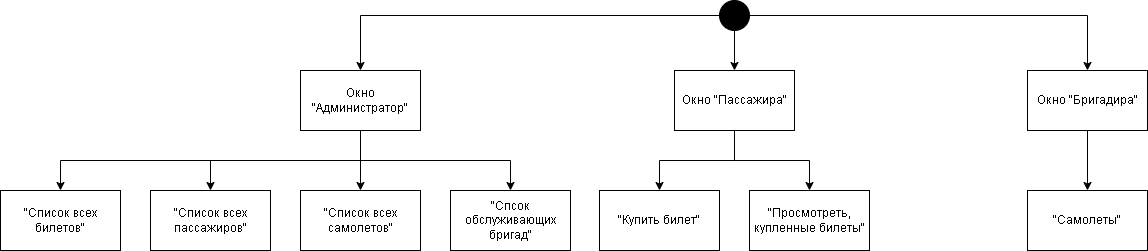
This is images/Сценарии_использования-Визуальная_карта_онлайн_сервиса.png from CCF2P/Backend, a draw.io export, as it was before one commit. Source tidied: cells renumbered, new cells last; positions are measured from the earlier drawing's top-left corner, leaving out a move shared by most shapes. Its diagram source:
```xml
<mxGraphModel>
  <root>
    <mxCell id="0" />
    <mxCell id="1" parent="0" />
    <mxCell id="2" style="edgeStyle=orthogonalEdgeStyle;rounded=0;jettySize=auto;html=1;exitX=0.5;exitY=1;exitDx=0;exitDy=0;entryX=0.5;entryY=0;entryDx=0;entryDy=0;" parent="1" edge="1" source="5" target="13">
      <mxGeometry relative="1" as="geometry" />
    </mxCell>
    <mxCell id="3" style="edgeStyle=orthogonalEdgeStyle;rounded=0;jettySize=auto;html=1;exitX=0;exitY=0.5;exitDx=0;exitDy=0;entryX=0.5;entryY=0;entryDx=0;entryDy=0;" parent="1" edge="1" source="5" target="10">
      <mxGeometry relative="1" as="geometry" />
    </mxCell>
    <mxCell id="4" style="edgeStyle=orthogonalEdgeStyle;rounded=0;jettySize=auto;html=1;exitX=1;exitY=0.5;exitDx=0;exitDy=0;entryX=0.5;entryY=0;entryDx=0;entryDy=0;" parent="1" edge="1" source="5" target="15">
      <mxGeometry relative="1" as="geometry" />
    </mxCell>
    <mxCell id="5" style="ellipse;fillColor=strokeColor;html=1;" parent="1" vertex="1">
      <mxGeometry x="719" width="30" height="30" as="geometry" />
    </mxCell>
    <mxCell id="6" style="edgeStyle=orthogonalEdgeStyle;rounded=0;jettySize=auto;html=1;exitX=0.5;exitY=1;exitDx=0;exitDy=0;entryX=0.5;entryY=0;entryDx=0;entryDy=0;" parent="1" edge="1" source="10" target="20">
      <mxGeometry relative="1" as="geometry" />
    </mxCell>
    <mxCell id="7" style="edgeStyle=orthogonalEdgeStyle;rounded=0;jettySize=auto;html=1;exitX=0.5;exitY=1;exitDx=0;exitDy=0;entryX=0.5;entryY=0;entryDx=0;entryDy=0;" parent="1" edge="1" source="10" target="21">
      <mxGeometry relative="1" as="geometry" />
    </mxCell>
    <mxCell id="8" style="edgeStyle=orthogonalEdgeStyle;rounded=0;jettySize=auto;html=1;exitX=0.5;exitY=1;exitDx=0;exitDy=0;entryX=0.5;entryY=0;entryDx=0;entryDy=0;" parent="1" edge="1" source="10" target="19">
      <mxGeometry relative="1" as="geometry" />
    </mxCell>
    <mxCell id="9" style="edgeStyle=orthogonalEdgeStyle;rounded=0;jettySize=auto;html=1;exitX=0.5;exitY=1;exitDx=0;exitDy=0;entryX=0.5;entryY=0;entryDx=0;entryDy=0;" parent="1" edge="1" source="10" target="22">
      <mxGeometry relative="1" as="geometry" />
    </mxCell>
    <mxCell id="10" value="Окно &quot;Администратор&quot;" style="rounded=0;whiteSpace=wrap;html=1;" parent="1" vertex="1">
      <mxGeometry x="300" y="70" width="120" height="60" as="geometry" />
    </mxCell>
    <mxCell id="11" style="edgeStyle=orthogonalEdgeStyle;rounded=0;jettySize=auto;html=1;exitX=0.5;exitY=1;exitDx=0;exitDy=0;entryX=0.5;entryY=0;entryDx=0;entryDy=0;" parent="1" edge="1" source="13" target="16">
      <mxGeometry relative="1" as="geometry" />
    </mxCell>
    <mxCell id="12" style="edgeStyle=orthogonalEdgeStyle;rounded=0;jettySize=auto;html=1;exitX=0.5;exitY=1;exitDx=0;exitDy=0;entryX=0.5;entryY=0;entryDx=0;entryDy=0;" parent="1" edge="1" source="13" target="17">
      <mxGeometry relative="1" as="geometry" />
    </mxCell>
    <mxCell id="13" value="Окно &quot;Пассажира&quot;" style="rounded=0;whiteSpace=wrap;html=1;" parent="1" vertex="1">
      <mxGeometry x="674" y="70" width="120" height="60" as="geometry" />
    </mxCell>
    <mxCell id="14" style="edgeStyle=orthogonalEdgeStyle;rounded=0;jettySize=auto;html=1;exitX=0.5;exitY=1;exitDx=0;exitDy=0;entryX=0.5;entryY=0;entryDx=0;entryDy=0;" parent="1" edge="1" source="15" target="18">
      <mxGeometry relative="1" as="geometry" />
    </mxCell>
    <mxCell id="15" value="Окно &quot;Бригадира&quot;" style="rounded=0;whiteSpace=wrap;html=1;" parent="1" vertex="1">
      <mxGeometry x="1027" y="70" width="120" height="60" as="geometry" />
    </mxCell>
    <mxCell id="16" value="&quot;Купить билет&quot;" style="rounded=0;whiteSpace=wrap;html=1;" parent="1" vertex="1">
      <mxGeometry x="599" y="190" width="120" height="60" as="geometry" />
    </mxCell>
    <mxCell id="17" value="&quot;Просмотреть, купленные билеты&quot;" style="rounded=0;whiteSpace=wrap;html=1;" parent="1" vertex="1">
      <mxGeometry x="749" y="190" width="120" height="60" as="geometry" />
    </mxCell>
    <mxCell id="18" value="&quot;Самолеты&quot;" style="rounded=0;whiteSpace=wrap;html=1;" parent="1" vertex="1">
      <mxGeometry x="1027" y="190" width="120" height="60" as="geometry" />
    </mxCell>
    <mxCell id="19" value="&quot;Спсок обслуживающих бригад&quot;" style="rounded=0;whiteSpace=wrap;html=1;" parent="1" vertex="1">
      <mxGeometry x="450" y="190" width="120" height="60" as="geometry" />
    </mxCell>
    <mxCell id="20" value="&quot;Список всех самолетов&quot;" style="rounded=0;whiteSpace=wrap;html=1;" parent="1" vertex="1">
      <mxGeometry x="300" y="190" width="120" height="60" as="geometry" />
    </mxCell>
    <mxCell id="21" value="&quot;Список всех билетов&quot;" style="rounded=0;whiteSpace=wrap;html=1;" parent="1" vertex="1">
      <mxGeometry y="190" width="120" height="60" as="geometry" />
    </mxCell>
    <mxCell id="22" value="&quot;Список всех пассажиров&quot;" style="rounded=0;whiteSpace=wrap;html=1;" parent="1" vertex="1">
      <mxGeometry x="150" y="190" width="120" height="60" as="geometry" />
    </mxCell>
  </root>
</mxGraphModel>
```
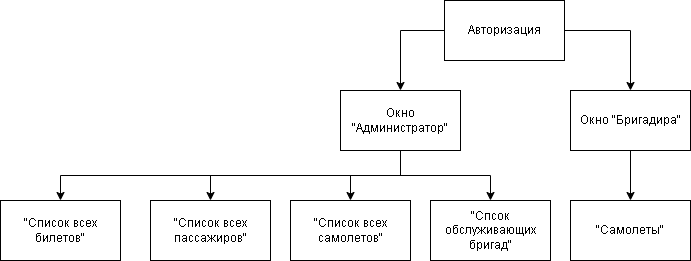
After the commit.

What changed in the source:
```diff
@@ -2,18 +2,12 @@
   <root>
     <mxCell id="0" />
     <mxCell id="1" parent="0" />
-    <mxCell id="2" style="edgeStyle=orthogonalEdgeStyle;rounded=0;jettySize=auto;html=1;exitX=0.5;exitY=1;exitDx=0;exitDy=0;entryX=0.5;entryY=0;entryDx=0;entryDy=0;" parent="1" edge="1" source="5" target="13">
-      <mxGeometry relative="1" as="geometry" />
-    </mxCell>
-    <mxCell id="3" style="edgeStyle=orthogonalEdgeStyle;rounded=0;jettySize=auto;html=1;exitX=0;exitY=0.5;exitDx=0;exitDy=0;entryX=0.5;entryY=0;entryDx=0;entryDy=0;" parent="1" edge="1" source="5" target="10">
+    <mxCell id="3" style="edgeStyle=orthogonalEdgeStyle;rounded=0;jettySize=auto;html=1;exitX=0;exitY=0.5;exitDx=0;exitDy=0;entryX=0.5;entryY=0;entryDx=0;entryDy=0;" parent="1" edge="1" source="23" target="10">
       <mxGeometry relative="1" as="geometry" />
     </mxCell>
-    <mxCell id="4" style="edgeStyle=orthogonalEdgeStyle;rounded=0;jettySize=auto;html=1;exitX=1;exitY=0.5;exitDx=0;exitDy=0;entryX=0.5;entryY=0;entryDx=0;entryDy=0;" parent="1" edge="1" source="5" target="15">
+    <mxCell id="4" style="edgeStyle=orthogonalEdgeStyle;rounded=0;jettySize=auto;html=1;exitX=1;exitY=0.5;exitDx=0;exitDy=0;entryX=0.5;entryY=0;entryDx=0;entryDy=0;" parent="1" edge="1" source="23" target="15">
       <mxGeometry relative="1" as="geometry" />
     </mxCell>
-    <mxCell id="5" style="ellipse;fillColor=strokeColor;html=1;" parent="1" vertex="1">
-      <mxGeometry x="719" width="30" height="30" as="geometry" />
-    </mxCell>
     <mxCell id="6" style="edgeStyle=orthogonalEdgeStyle;rounded=0;jettySize=auto;html=1;exitX=0.5;exitY=1;exitDx=0;exitDy=0;entryX=0.5;entryY=0;entryDx=0;entryDy=0;" parent="1" edge="1" source="10" target="20">
       <mxGeometry relative="1" as="geometry" />
     </mxCell>
@@ -27,43 +21,31 @@
       <mxGeometry relative="1" as="geometry" />
     </mxCell>
     <mxCell id="10" value="Окно &quot;Администратор&quot;" style="rounded=0;whiteSpace=wrap;html=1;" parent="1" vertex="1">
-      <mxGeometry x="300" y="70" width="120" height="60" as="geometry" />
+      <mxGeometry x="570" y="70" width="120" height="60" as="geometry" />
     </mxCell>
-    <mxCell id="11" style="edgeStyle=orthogonalEdgeStyle;rounded=0;jettySize=auto;html=1;exitX=0.5;exitY=1;exitDx=0;exitDy=0;entryX=0.5;entryY=0;entryDx=0;entryDy=0;" parent="1" edge="1" source="13" target="16">
-      <mxGeometry relative="1" as="geometry" />
-    </mxCell>
-    <mxCell id="12" style="edgeStyle=orthogonalEdgeStyle;rounded=0;jettySize=auto;html=1;exitX=0.5;exitY=1;exitDx=0;exitDy=0;entryX=0.5;entryY=0;entryDx=0;entryDy=0;" parent="1" edge="1" source="13" target="17">
-      <mxGeometry relative="1" as="geometry" />
-    </mxCell>
-    <mxCell id="13" value="Окно &quot;Пассажира&quot;" style="rounded=0;whiteSpace=wrap;html=1;" parent="1" vertex="1">
-      <mxGeometry x="674" y="70" width="120" height="60" as="geometry" />
-    </mxCell>
     <mxCell id="14" style="edgeStyle=orthogonalEdgeStyle;rounded=0;jettySize=auto;html=1;exitX=0.5;exitY=1;exitDx=0;exitDy=0;entryX=0.5;entryY=0;entryDx=0;entryDy=0;" parent="1" edge="1" source="15" target="18">
       <mxGeometry relative="1" as="geometry" />
     </mxCell>
     <mxCell id="15" value="Окно &quot;Бригадира&quot;" style="rounded=0;whiteSpace=wrap;html=1;" parent="1" vertex="1">
-      <mxGeometry x="1027" y="70" width="120" height="60" as="geometry" />
+      <mxGeometry x="800" y="70" width="120" height="60" as="geometry" />
     </mxCell>
-    <mxCell id="16" value="&quot;Купить билет&quot;" style="rounded=0;whiteSpace=wrap;html=1;" parent="1" vertex="1">
-      <mxGeometry x="599" y="190" width="120" height="60" as="geometry" />
-    </mxCell>
-    <mxCell id="17" value="&quot;Просмотреть, купленные билеты&quot;" style="rounded=0;whiteSpace=wrap;html=1;" parent="1" vertex="1">
-      <mxGeometry x="749" y="190" width="120" height="60" as="geometry" />
-    </mxCell>
     <mxCell id="18" value="&quot;Самолеты&quot;" style="rounded=0;whiteSpace=wrap;html=1;" parent="1" vertex="1">
-      <mxGeometry x="1027" y="190" width="120" height="60" as="geometry" />
+      <mxGeometry x="800" y="180" width="120" height="60" as="geometry" />
     </mxCell>
     <mxCell id="19" value="&quot;Спсок обслуживающих бригад&quot;" style="rounded=0;whiteSpace=wrap;html=1;" parent="1" vertex="1">
-      <mxGeometry x="450" y="190" width="120" height="60" as="geometry" />
+      <mxGeometry x="660" y="180" width="120" height="60" as="geometry" />
     </mxCell>
     <mxCell id="20" value="&quot;Список всех самолетов&quot;" style="rounded=0;whiteSpace=wrap;html=1;" parent="1" vertex="1">
-      <mxGeometry x="300" y="190" width="120" height="60" as="geometry" />
+      <mxGeometry x="520" y="180" width="120" height="60" as="geometry" />
     </mxCell>
     <mxCell id="21" value="&quot;Список всех билетов&quot;" style="rounded=0;whiteSpace=wrap;html=1;" parent="1" vertex="1">
-      <mxGeometry y="190" width="120" height="60" as="geometry" />
+      <mxGeometry x="230" y="180" width="120" height="60" as="geometry" />
     </mxCell>
     <mxCell id="22" value="&quot;Список всех пассажиров&quot;" style="rounded=0;whiteSpace=wrap;html=1;" parent="1" vertex="1">
-      <mxGeometry x="150" y="190" width="120" height="60" as="geometry" />
+      <mxGeometry x="380" y="180" width="120" height="60" as="geometry" />
     </mxCell>
+    <mxCell id="23" value="Авторизация" style="rounded=0;whiteSpace=wrap;html=1;" parent="1" vertex="1">
+      <mxGeometry x="674" y="-20" width="120" height="60" as="geometry" />
+    </mxCell>
   </root>
 </mxGraphModel>
```
